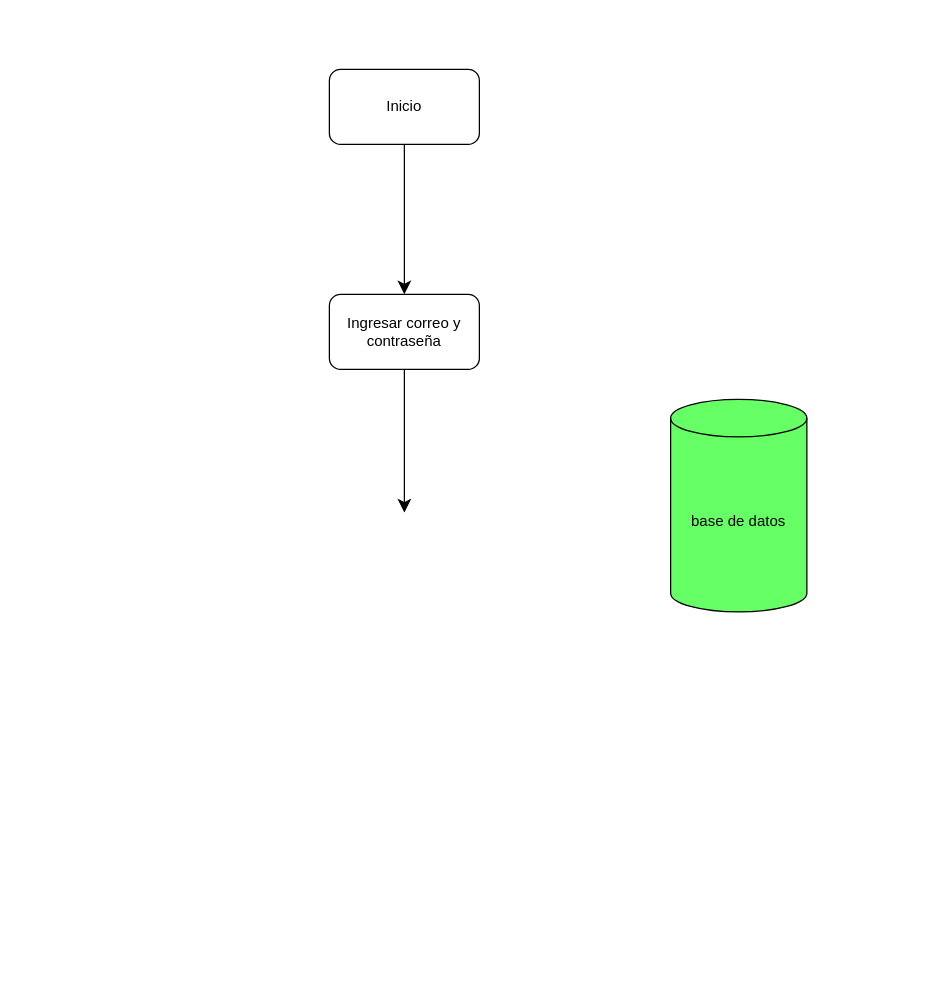
The draw.io diagram digramas/1.Algoritmo_login.drawio in Andreszxc2001/Sistema-Integral-de-Asistencias-SIA-, before the edit. Source tidied: cells renumbered, new cells numbered last; positions are measured from the earlier drawing's top-left corner, leaving out a move shared by most shapes. Both pictures are drawn from the tidied source at 125%, with x=0, y=0 at pixel (329, 69).
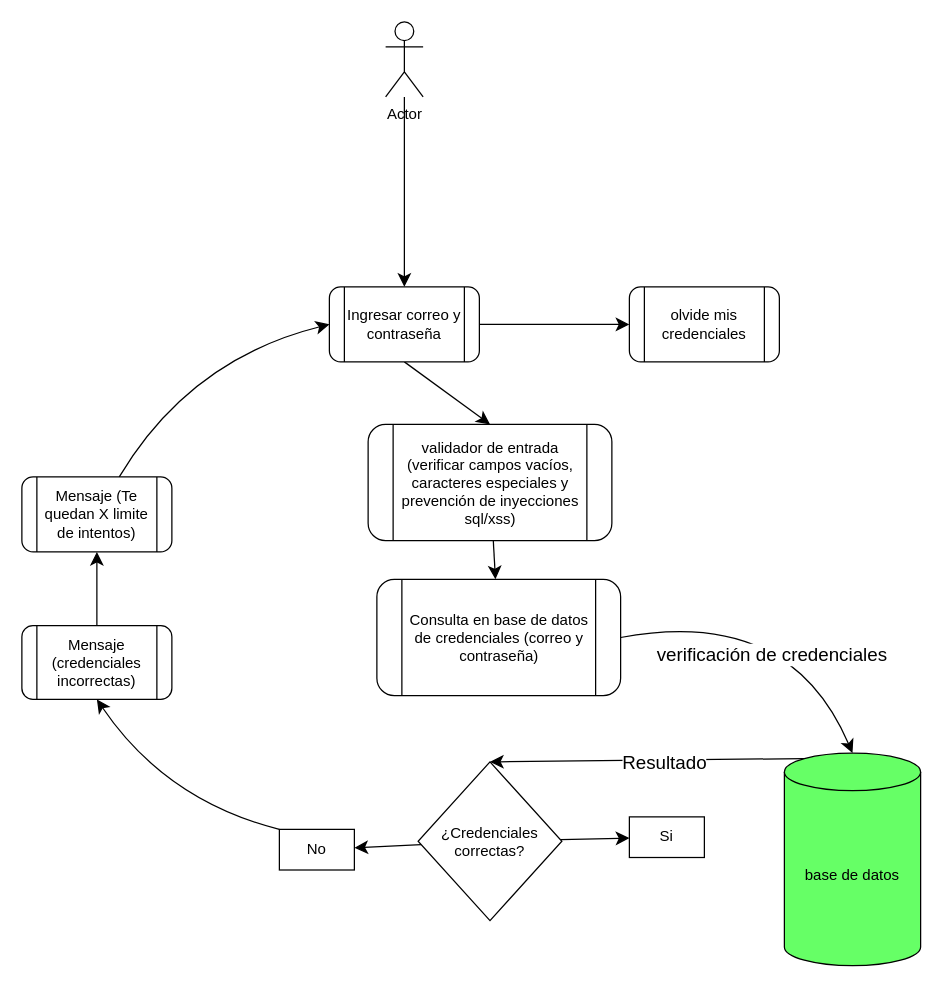
The same diagram, later.

Diff of the diagram source:
```diff
@@
+    <mxCell id="7" style="edgeStyle=none;curved=1;rounded=0;jettySize=auto;html=1;fontFamily=Helvetica;fontSize=12;fontColor=default;startSize=8;endSize=8;exitX=0.145;exitY=0;exitDx=0;exitDy=4.35;exitPerimeter=0;entryX=0.5;entryY=0;entryDx=0;entryDy=0;" parent="1" edge="1" source="2" target="19">
+      <mxGeometry relative="1" as="geometry" />
+    </mxCell>
+    <mxCell id="8" value="&lt;span style=&quot;font-size: 15px;&quot;&gt;Resultado&lt;/span&gt;" style="edgeLabel;html=1;align=center;verticalAlign=middle;fontSize=12;rounded=1;strokeColor=default;fontFamily=Helvetica;fontColor=default;fillColor=default;" parent="7" vertex="1">
+      <mxGeometry x="-0.11" y="1" relative="1" as="geometry" />
+    </mxCell>
     <mxCell id="2" value="base de datos" style="shape=cylinder3;whiteSpace=wrap;html=1;boundedLbl=1;backgroundOutline=1;size=15;fillColor=light-dark(#66FF66,#66FF66);" parent="1" vertex="1">
-      <mxGeometry x="273" y="264" width="109" height="170" as="geometry" />
+      <mxGeometry x="364" y="547" width="109" height="170" as="geometry" />
     </mxCell>
-    <mxCell id="3" style="edgeStyle=none;curved=1;rounded=0;jettySize=auto;html=1;fontSize=12;startSize=8;endSize=8;" parent="1" edge="1" source="4" target="6">
-      <mxGeometry relative="1" as="geometry" />
-    </mxCell>
-    <mxCell id="4" value="Inicio" style="rounded=1;whiteSpace=wrap;html=1;" parent="1" vertex="1">
-      <mxGeometry width="120" height="60" as="geometry" />
-    </mxCell>
-    <mxCell id="5" style="edgeStyle=none;curved=1;rounded=0;jettySize=auto;html=1;fontSize=12;startSize=8;endSize=8;" parent="1" edge="1" source="6">
-      <mxGeometry relative="1" as="geometry">
-        <mxPoint x="60" y="354.6" as="targetPoint" />
-      </mxGeometry>
+    <mxCell id="5" style="edgeStyle=none;curved=1;rounded=0;jettySize=auto;html=1;fontSize=12;startSize=8;endSize=8;exitX=0.5;exitY=1;exitDx=0;exitDy=0;entryX=0.5;entryY=0;entryDx=0;entryDy=0;" parent="1" edge="1" source="6" target="11">
+      <mxGeometry relative="1" as="geometry" />
     </mxCell>
+    <mxCell id="9" style="edgeStyle=none;curved=1;rounded=0;jettySize=auto;html=1;fontFamily=Helvetica;fontSize=12;fontColor=default;startSize=8;endSize=8;" parent="1" edge="1" source="6" target="23">
+      <mxGeometry relative="1" as="geometry" />
+    </mxCell>
-    <mxCell id="6" value="Ingresar correo y contraseña" style="whiteSpace=wrap;html=1;rounded=1;" parent="1" vertex="1">
-      <mxGeometry y="180" width="120" height="60" as="geometry" />
+    <mxCell id="6" value="Ingresar correo y contraseña" style="shape=process;whiteSpace=wrap;html=1;backgroundOutline=1;rounded=1;strokeColor=default;align=center;verticalAlign=middle;fontFamily=Helvetica;fontSize=12;fontColor=default;fillColor=default;" parent="1" vertex="1">
+      <mxGeometry y="174" width="120" height="60" as="geometry" />
     </mxCell>
+    <mxCell id="10" style="edgeStyle=none;curved=1;rounded=0;jettySize=auto;html=1;fontFamily=Helvetica;fontSize=12;fontColor=default;startSize=8;endSize=8;" parent="1" edge="1" source="11" target="12">
+      <mxGeometry relative="1" as="geometry" />
+    </mxCell>
+    <mxCell id="11" value="validador de entrada&lt;div&gt;(verificar campos vacíos, caracteres especiales y prevención de inyecciones sql/xss)&lt;/div&gt;" style="shape=process;whiteSpace=wrap;html=1;backgroundOutline=1;rounded=1;strokeColor=default;align=center;verticalAlign=middle;fontFamily=Helvetica;fontSize=12;fontColor=default;fillColor=default;" parent="1" vertex="1">
+      <mxGeometry x="31" y="284" width="195" height="93" as="geometry" />
+    </mxCell>
+    <mxCell id="12" value="Consulta en base de datos de credenciales (correo y contraseña)" style="shape=process;whiteSpace=wrap;html=1;backgroundOutline=1;rounded=1;strokeColor=default;align=center;verticalAlign=middle;fontFamily=Helvetica;fontSize=12;fontColor=default;fillColor=default;" parent="1" vertex="1">
+      <mxGeometry x="38" y="408" width="195" height="93" as="geometry" />
+    </mxCell>
+    <mxCell id="13" style="edgeStyle=none;curved=1;rounded=0;jettySize=auto;html=1;exitX=1;exitY=0.5;exitDx=0;exitDy=0;entryX=0.5;entryY=0;entryDx=0;entryDy=0;entryPerimeter=0;fontFamily=Helvetica;fontSize=12;fontColor=default;startSize=8;endSize=8;" parent="1" edge="1" source="12" target="2">
+      <mxGeometry relative="1" as="geometry">
+        <Array as="points">
+          <mxPoint x="368" y="429" />
+        </Array>
+      </mxGeometry>
+    </mxCell>
+    <mxCell id="14" style="edgeLabel;html=1;align=center;verticalAlign=middle;fontSize=12;rounded=1;strokeColor=default;fontFamily=Helvetica;fontColor=default;fillColor=default;" parent="13" vertex="1">
+      <mxGeometry x="-0.18" y="-16" relative="1" as="geometry" />
+    </mxCell>
+    <mxCell id="15" style="edgeLabel;html=1;align=center;verticalAlign=middle;fontSize=12;rounded=1;strokeColor=default;fontFamily=Helvetica;fontColor=default;fillColor=default;" parent="13" vertex="1">
+      <mxGeometry x="0.62" y="-3" relative="1" as="geometry" />
+    </mxCell>
+    <mxCell id="16" value="&lt;span style=&quot;font-size: 15px;&quot;&gt;verificación de credenciales&lt;/span&gt;" style="edgeLabel;html=1;align=center;verticalAlign=middle;fontSize=12;rounded=1;strokeColor=default;fontFamily=Helvetica;fontColor=default;fillColor=default;" parent="13" vertex="1">
+      <mxGeometry x="0.26" y="-28" relative="1" as="geometry" />
+    </mxCell>
+    <mxCell id="17" style="edgeStyle=none;curved=1;rounded=0;jettySize=auto;html=1;fontFamily=Helvetica;fontSize=12;fontColor=default;startSize=8;endSize=8;" parent="1" edge="1" source="19" target="21">
+      <mxGeometry relative="1" as="geometry" />
+    </mxCell>
+    <mxCell id="18" style="edgeStyle=none;curved=1;rounded=0;jettySize=auto;html=1;fontFamily=Helvetica;fontSize=12;fontColor=default;startSize=8;endSize=8;" parent="1" edge="1" source="19" target="22">
+      <mxGeometry relative="1" as="geometry" />
+    </mxCell>
+    <mxCell id="19" value="¿Credenciales correctas?" style="rhombus;whiteSpace=wrap;html=1;fillColor=light-dark(#FFFFFF,#66FF66);" parent="1" vertex="1">
+      <mxGeometry x="71" y="554" width="115" height="127" as="geometry" />
+    </mxCell>
+    <mxCell id="20" style="edgeStyle=none;curved=1;rounded=0;jettySize=auto;html=1;exitX=0;exitY=0;exitDx=0;exitDy=0;entryX=0.5;entryY=1;entryDx=0;entryDy=0;fontFamily=Helvetica;fontSize=12;fontColor=default;startSize=8;endSize=8;" parent="1" edge="1" source="21" target="27">
+      <mxGeometry relative="1" as="geometry">
+        <Array as="points">
+          <mxPoint x="-131" y="585" />
+        </Array>
+      </mxGeometry>
+    </mxCell>
+    <mxCell id="21" value="No" style="whiteSpace=wrap;html=1;fillColor=light-dark(#FFFFFF,#66FF66);" parent="1" vertex="1">
+      <mxGeometry x="-40" y="608" width="60" height="32.5" as="geometry" />
+    </mxCell>
+    <mxCell id="22" value="Si" style="whiteSpace=wrap;html=1;fillColor=light-dark(#FFFFFF,#66FF66);" parent="1" vertex="1">
+      <mxGeometry x="240" y="598" width="60" height="32.5" as="geometry" />
+    </mxCell>
+    <mxCell id="23" value="olvide mis credenciales" style="shape=process;whiteSpace=wrap;html=1;backgroundOutline=1;rounded=1;strokeColor=default;align=center;verticalAlign=middle;fontFamily=Helvetica;fontSize=12;fontColor=default;fillColor=default;" parent="1" vertex="1">
+      <mxGeometry x="240" y="174" width="120" height="60" as="geometry" />
+    </mxCell>
+    <mxCell id="24" style="edgeStyle=none;curved=1;rounded=0;jettySize=auto;html=1;entryX=0;entryY=0.5;entryDx=0;entryDy=0;fontFamily=Helvetica;fontSize=12;fontColor=default;startSize=8;endSize=8;" parent="1" edge="1" source="25" target="6">
+      <mxGeometry relative="1" as="geometry">
+        <Array as="points">
+          <mxPoint x="-112" y="232" />
+        </Array>
+      </mxGeometry>
+    </mxCell>
+    <mxCell id="25" value="Mensaje (Te quedan X limite de intentos)" style="shape=process;whiteSpace=wrap;html=1;backgroundOutline=1;rounded=1;strokeColor=default;align=center;verticalAlign=middle;fontFamily=Helvetica;fontSize=12;fontColor=default;fillColor=default;" parent="1" vertex="1">
+      <mxGeometry x="-246" y="326" width="120" height="60" as="geometry" />
+    </mxCell>
+    <mxCell id="26" style="edgeStyle=none;curved=1;rounded=0;jettySize=auto;html=1;entryX=0.5;entryY=1;entryDx=0;entryDy=0;fontFamily=Helvetica;fontSize=12;fontColor=default;startSize=8;endSize=8;" parent="1" edge="1" source="27" target="25">
+      <mxGeometry relative="1" as="geometry" />
+    </mxCell>
+    <mxCell id="27" value="Mensaje (credenciales incorrectas)" style="shape=process;whiteSpace=wrap;html=1;backgroundOutline=1;rounded=1;strokeColor=default;align=center;verticalAlign=middle;fontFamily=Helvetica;fontSize=12;fontColor=default;fillColor=default;" parent="1" vertex="1">
+      <mxGeometry x="-246" y="445" width="120" height="59" as="geometry" />
+    </mxCell>
+    <mxCell id="28" style="edgeStyle=none;curved=1;rounded=0;jettySize=auto;html=1;entryX=0.5;entryY=0;entryDx=0;entryDy=0;fontFamily=Helvetica;fontSize=12;fontColor=default;startSize=8;endSize=8;" parent="1" edge="1" source="29" target="6">
+      <mxGeometry relative="1" as="geometry" />
+    </mxCell>
+    <mxCell id="29" value="Actor" style="shape=umlActor;verticalLabelPosition=bottom;verticalAlign=top;html=1;outlineConnect=0;rounded=1;strokeColor=default;align=center;fontFamily=Helvetica;fontSize=12;fontColor=default;fillColor=default;" parent="1" vertex="1">
+      <mxGeometry x="45" y="-38" width="30" height="60" as="geometry" />
+    </mxCell>
```
